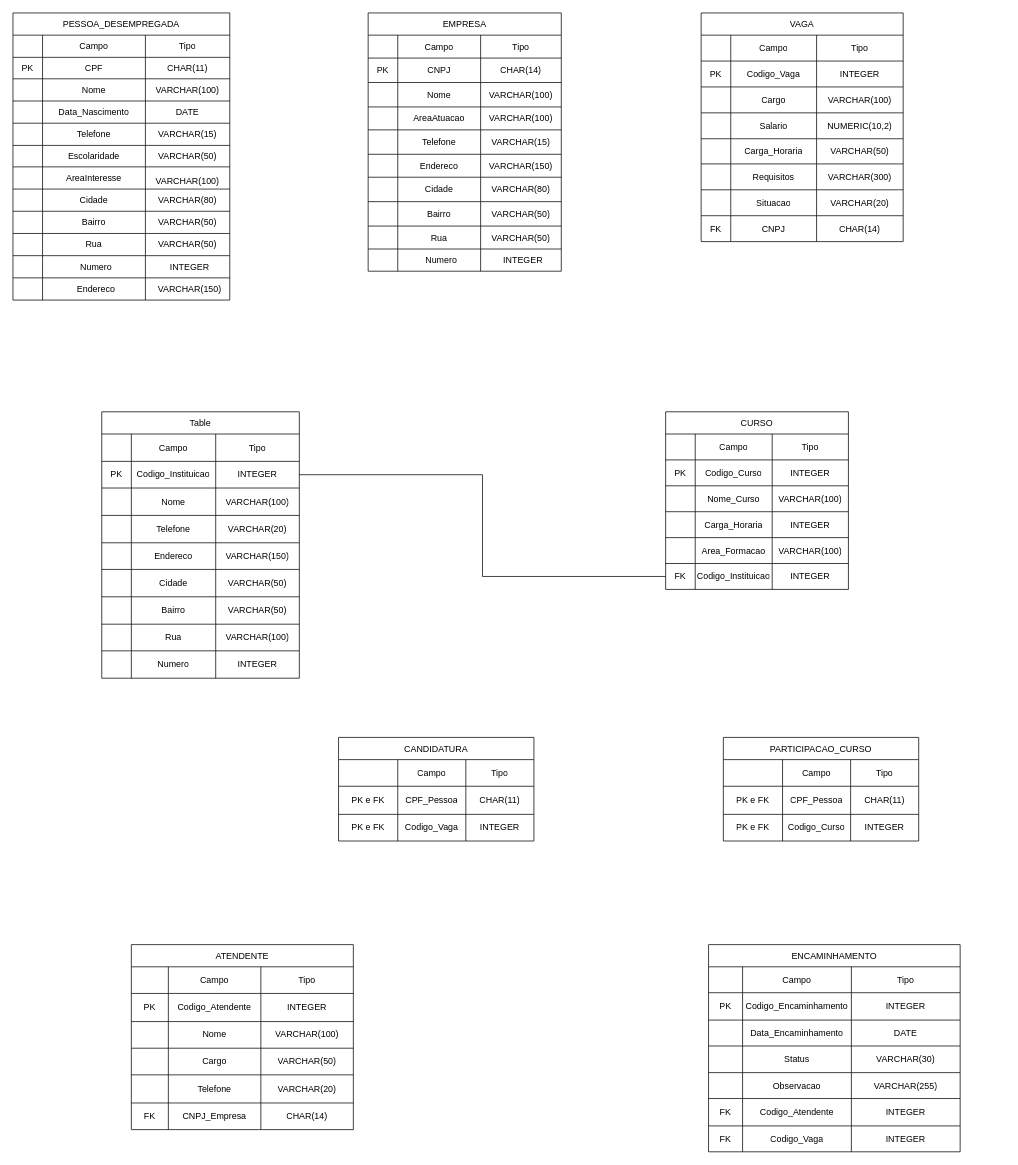
Before: Diagrama Relacional.drawio in MMaffi/Trabalho_Pratico_Banco_Dados_UFMS, a draw.io diagram. Source tidied: cells renumbered, new cells numbered last; positions are measured from the earlier drawing's top-left corner, leaving out a move shared by most shapes. Both pictures are drawn from the tidied source at 74%, with x=0, y=0 at pixel (13, 13).
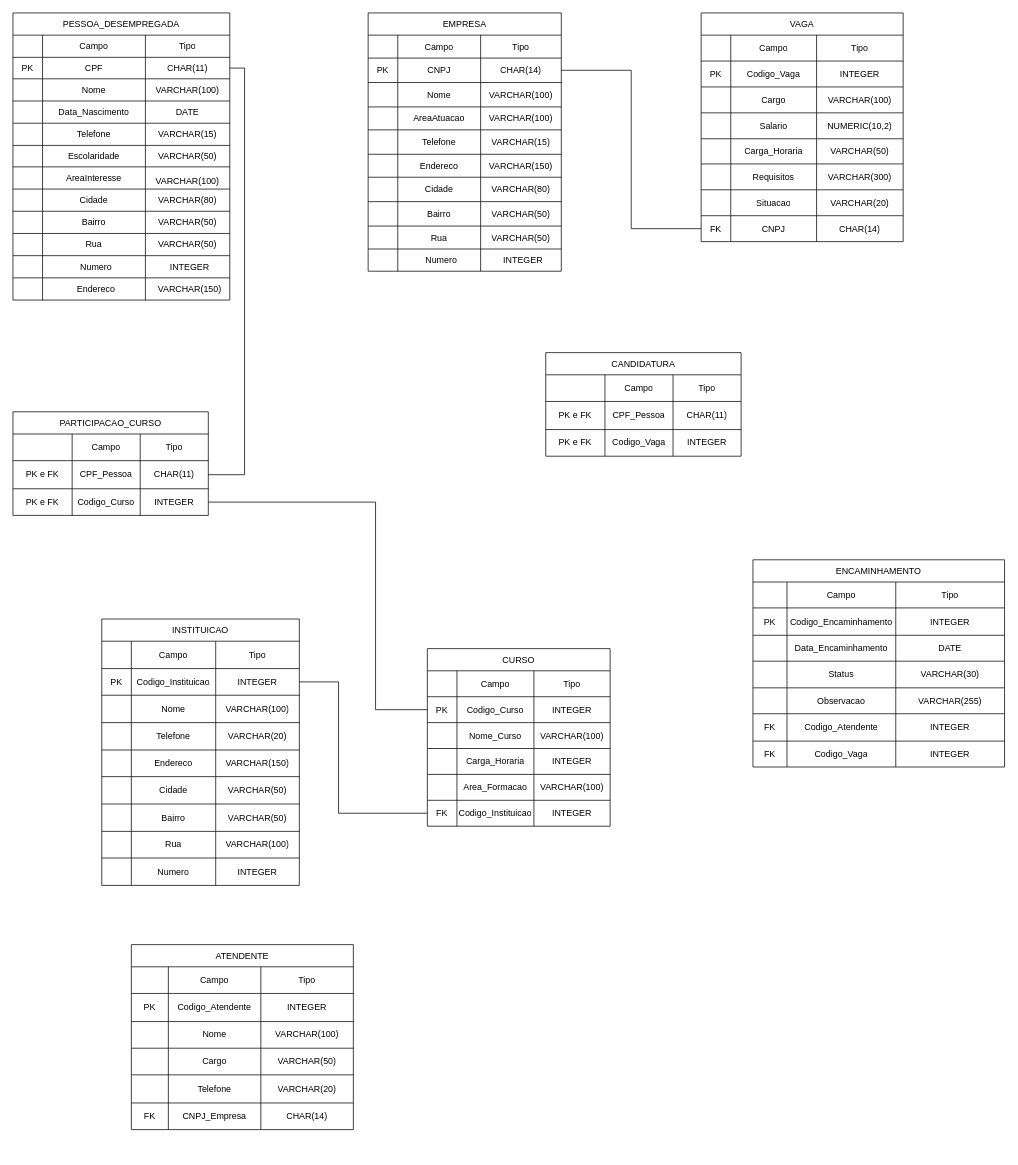
The same page after the edit.

The change refers to these unchanged cells:
```xml
<mxCell id="7" style="shape=tableRow;horizontal=0;startSize=0;swimlaneHead=0;swimlaneBody=0;strokeColor=inherit;top=0;left=0;bottom=0;right=0;fillColor=none;points=[[0,0.5],[1,0.5]];portConstraint=eastwest;fixedHeader=1;" parent="2" vertex="1">
  <mxGeometry y="60" width="293" height="29" as="geometry" />
</mxCell>
<mxCell id="56" style="shape=tableRow;horizontal=0;startSize=0;swimlaneHead=0;swimlaneBody=0;strokeColor=inherit;top=0;left=0;bottom=0;right=0;fillColor=none;points=[[0,0.5],[1,0.5]];portConstraint=eastwest;fixedHeader=1;" parent="51" vertex="1">
  <mxGeometry y="61" width="261" height="33" as="geometry" />
</mxCell>
<mxCell id="121" style="shape=tableRow;horizontal=0;startSize=0;swimlaneHead=0;swimlaneBody=0;strokeColor=inherit;top=0;left=0;bottom=0;right=0;fillColor=none;points=[[0,0.5],[1,0.5]];portConstraint=eastwest;fixedHeader=1;" parent="92" vertex="1">
  <mxGeometry y="274" width="273" height="35" as="geometry" />
</mxCell>
<mxCell id="130" style="shape=tableRow;horizontal=0;startSize=0;swimlaneHead=0;swimlaneBody=0;strokeColor=inherit;top=0;left=0;bottom=0;right=0;fillColor=none;points=[[0,0.5],[1,0.5]];portConstraint=eastwest;fixedHeader=1;" parent="125" vertex="1">
  <mxGeometry y="65" width="247" height="35" as="geometry" />
</mxCell>
<mxCell id="146" style="shape=tableRow;horizontal=0;startSize=0;swimlaneHead=0;swimlaneBody=0;strokeColor=inherit;top=0;left=0;bottom=0;right=0;fillColor=none;points=[[0,0.5],[1,0.5]];portConstraint=eastwest;fixedHeader=1;" parent="125" vertex="1">
  <mxGeometry y="205" width="247" height="35" as="geometry" />
</mxCell>
<mxCell id="155" style="shape=tableRow;horizontal=0;startSize=0;swimlaneHead=0;swimlaneBody=0;strokeColor=inherit;top=0;left=0;bottom=0;right=0;fillColor=none;points=[[0,0.5],[1,0.5]];portConstraint=eastwest;fixedHeader=1;" parent="150" vertex="1">
  <mxGeometry y="67" width="267" height="36" as="geometry" />
</mxCell>
<mxCell id="260" style="shape=tableRow;horizontal=0;startSize=0;swimlaneHead=0;swimlaneBody=0;strokeColor=inherit;top=0;left=0;bottom=0;right=0;fillColor=none;points=[[0,0.5],[1,0.5]];portConstraint=eastwest;fixedHeader=1;" parent="255" vertex="1">
  <mxGeometry y="66" width="264" height="38" as="geometry" />
</mxCell>
<mxCell id="264" style="shape=tableRow;horizontal=0;startSize=0;swimlaneHead=0;swimlaneBody=0;strokeColor=inherit;top=0;left=0;bottom=0;right=0;fillColor=none;points=[[0,0.5],[1,0.5]];portConstraint=eastwest;fixedHeader=1;" parent="255" vertex="1">
  <mxGeometry y="104" width="264" height="36" as="geometry" />
</mxCell>
```

Diff of the diagram source:
```diff
@@
     <mxCell id="125" value="CURSO" style="shape=table;startSize=30;childLayout=tableLayout;fixedHeader=1;" parent="1" vertex="1">
-      <mxGeometry x="882" y="539" width="247" height="240" as="geometry" />
+      <mxGeometry x="560" y="859" width="247" height="240" as="geometry" />
     </mxCell>
@@
-    <mxCell id="150" value="Table" style="shape=table;startSize=30;childLayout=tableLayout;fixedHeader=1;" parent="1" vertex="1">
-      <mxGeometry x="120" y="539" width="267" height="360" as="geometry" />
+    <mxCell id="150" value="INSTITUICAO" style="shape=table;startSize=30;childLayout=tableLayout;fixedHeader=1;" parent="1" vertex="1">
+      <mxGeometry x="120" y="819" width="267" height="360" as="geometry" />
     </mxCell>
@@
     <mxCell id="187" style="edgeStyle=orthogonalEdgeStyle;rounded=0;jettySize=auto;html=1;exitX=1;exitY=0.5;exitDx=0;exitDy=0;entryX=0;entryY=0.5;entryDx=0;entryDy=0;endArrow=none;endFill=0;" parent="1" edge="1" source="155" target="146">
-      <mxGeometry relative="1" as="geometry" />
+      <mxGeometry relative="1" as="geometry">
+        <Array as="points">
+          <mxPoint x="440" y="904" />
+          <mxPoint x="440" y="1082" />
+        </Array>
+      </mxGeometry>
     </mxCell>
@@
     <mxCell id="213" value="ENCAMINHAMENTO" style="shape=table;startSize=30;childLayout=tableLayout;fixedHeader=1;" parent="1" vertex="1">
-      <mxGeometry x="940" y="1259" width="340" height="280" as="geometry" />
+      <mxGeometry x="1000" y="739" width="340" height="280" as="geometry" />
     </mxCell>
@@
     <mxCell id="242" value="CANDIDATURA" style="shape=table;startSize=30;childLayout=tableLayout;fixedHeader=1;" parent="1" vertex="1">
-      <mxGeometry x="440" y="979" width="264" height="140" as="geometry" />
+      <mxGeometry x="720" y="459" width="264" height="140" as="geometry" />
     </mxCell>
@@
     <mxCell id="255" value="PARTICIPACAO_CURSO" style="shape=table;startSize=30;childLayout=tableLayout;fixedHeader=1;" parent="1" vertex="1">
-      <mxGeometry x="960" y="979" width="264" height="140" as="geometry" />
+      <mxGeometry y="539" width="264" height="140" as="geometry" />
     </mxCell>
@@
+    <mxCell id="268" style="edgeStyle=orthogonalEdgeStyle;rounded=0;jettySize=auto;html=1;exitX=1;exitY=0.5;exitDx=0;exitDy=0;entryX=0;entryY=0.5;entryDx=0;entryDy=0;endArrow=none;endFill=0;" parent="1" edge="1" source="56" target="121">
+      <mxGeometry relative="1" as="geometry" />
+    </mxCell>
+    <mxCell id="269" style="edgeStyle=orthogonalEdgeStyle;rounded=0;jettySize=auto;html=1;exitX=1;exitY=0.5;exitDx=0;exitDy=0;entryX=1;entryY=0.5;entryDx=0;entryDy=0;endArrow=none;endFill=0;" parent="1" edge="1" source="7" target="260">
+      <mxGeometry relative="1" as="geometry" />
+    </mxCell>
+    <mxCell id="270" style="edgeStyle=orthogonalEdgeStyle;rounded=0;jettySize=auto;html=1;exitX=0;exitY=0.5;exitDx=0;exitDy=0;entryX=1;entryY=0.5;entryDx=0;entryDy=0;endArrow=none;endFill=0;" parent="1" edge="1" source="130" target="264">
+      <mxGeometry relative="1" as="geometry">
+        <Array as="points">
+          <mxPoint x="490" y="942" />
+          <mxPoint x="490" y="661" />
+        </Array>
+      </mxGeometry>
+    </mxCell>
```
